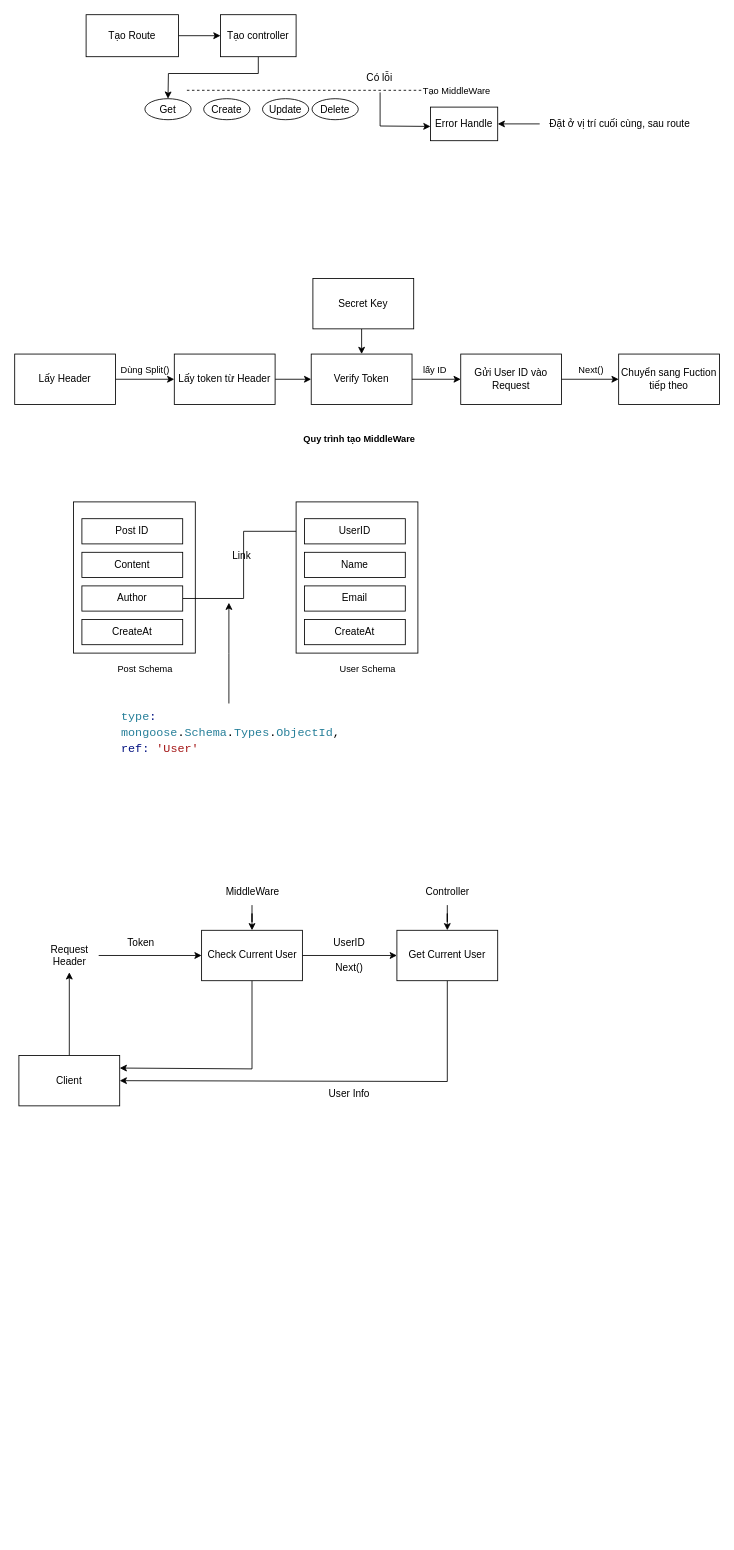
Above: Untitled Diagram.drawio in sqhqk58/IELTS (draw.io), before the change. Source tidied: cells renumbered, new cells numbered last; positions are measured from the earlier drawing's top-left corner, leaving out a move shared by most shapes. Both pictures are drawn from the tidied source at 84%, with x=0, y=0 at pixel (14, 14).
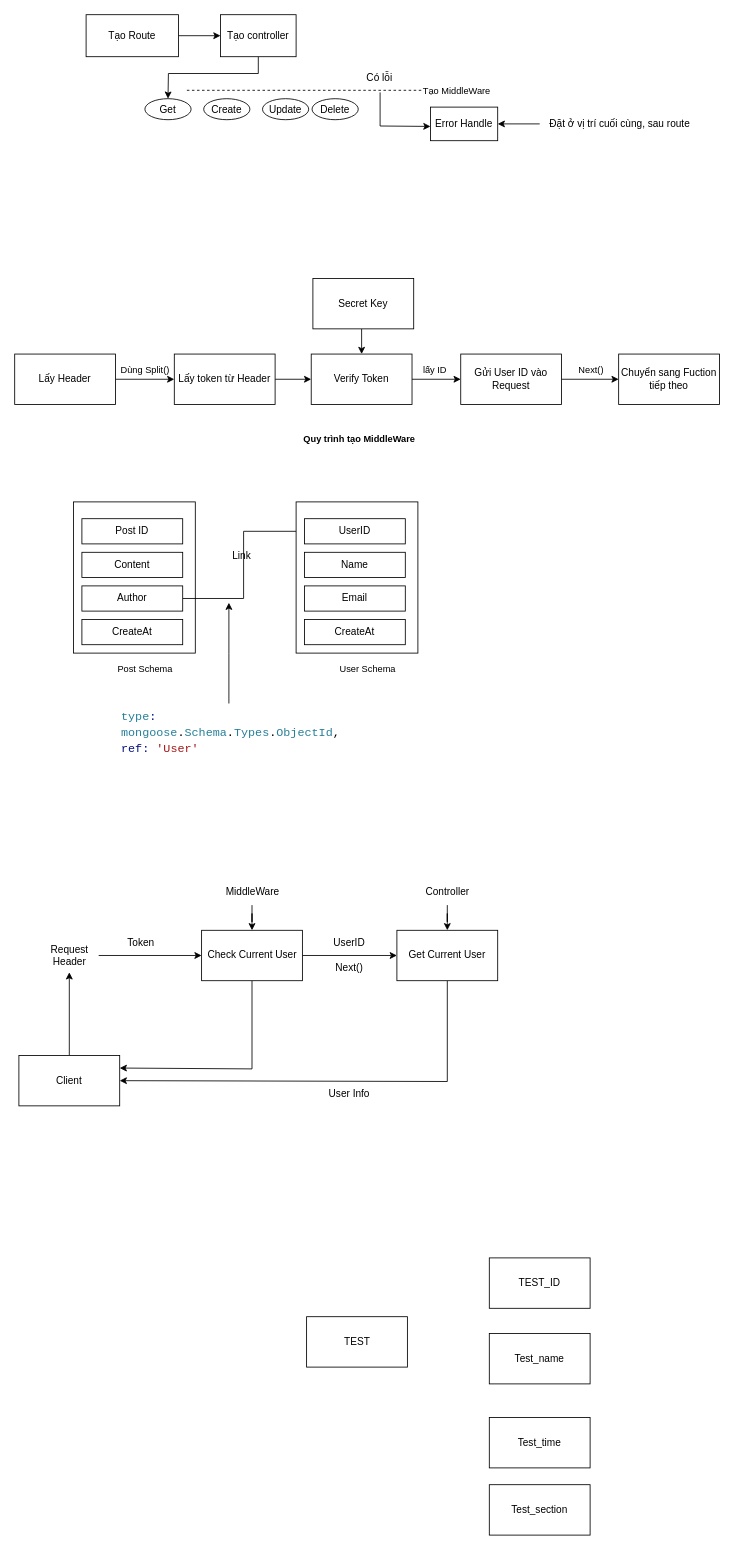
Above is the later version.

Change to the diagram source:
```diff
@@
+    <mxCell id="65" value="TEST" style="rounded=0;whiteSpace=wrap;html=1;" parent="1" vertex="1">
+      <mxGeometry x="347.5" y="1550" width="120" height="60" as="geometry" />
+    </mxCell>
+    <mxCell id="66" value="TEST_ID" style="rounded=0;whiteSpace=wrap;html=1;" parent="1" vertex="1">
+      <mxGeometry x="565" y="1480" width="120" height="60" as="geometry" />
+    </mxCell>
+    <mxCell id="67" value="Test_name" style="whiteSpace=wrap;html=1;" parent="1" vertex="1">
+      <mxGeometry x="565" y="1570" width="120" height="60" as="geometry" />
+    </mxCell>
+    <mxCell id="68" value="Test_time" style="whiteSpace=wrap;html=1;" parent="1" vertex="1">
+      <mxGeometry x="565" y="1670" width="120" height="60" as="geometry" />
+    </mxCell>
+    <mxCell id="69" value="Test_section" style="whiteSpace=wrap;html=1;" parent="1" vertex="1">
+      <mxGeometry x="565" y="1750" width="120" height="60" as="geometry" />
+    </mxCell>
```
